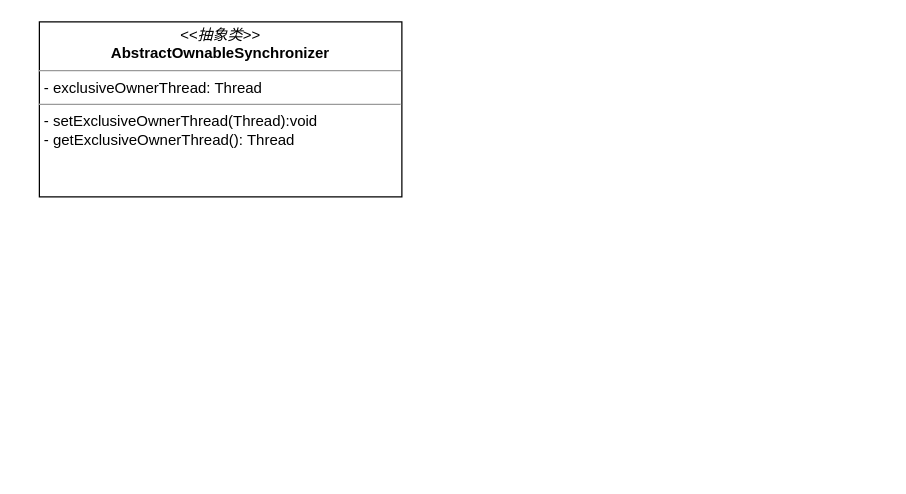
The draw.io diagram diagrams/AQS2.drawio in arxobject/spring_analysis, before the edit. Source tidied: cells renumbered, new cells numbered last; positions are measured from the earlier drawing's top-left corner, leaving out a move shared by most shapes. Both pictures are drawn from the tidied source at 125%, with x=0, y=0 at pixel (39, 21).
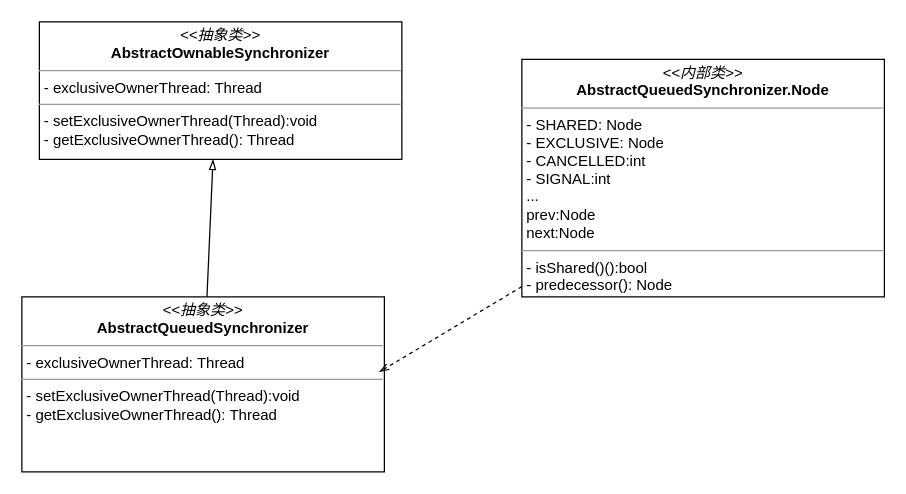
Above is the later version.

What changed in the source:
```diff
@@
 <mxGraphModel>
   <root>
     <mxCell id="0" />
     <mxCell id="1" parent="0" />
     <mxCell id="2" value="&lt;p style=&quot;margin: 0px ; margin-top: 4px ; text-align: center&quot;&gt;&lt;i&gt;&amp;lt;&amp;lt;抽象类&amp;gt;&amp;gt;&lt;/i&gt;&lt;br&gt;&lt;b&gt;AbstractOwnableSynchronizer&lt;/b&gt;&lt;br&gt;&lt;/p&gt;&lt;hr size=&quot;1&quot;&gt;&lt;p style=&quot;margin: 0px ; margin-left: 4px&quot;&gt;- exclusiveOwnerThread: Thread&lt;br&gt;&lt;/p&gt;&lt;hr size=&quot;1&quot;&gt;&lt;p style=&quot;margin: 0px ; margin-left: 4px&quot;&gt;- setExclusiveOwnerThread(Thread):void&lt;br&gt;- getExclusiveOwnerThread(): Thread&lt;/p&gt;" style="verticalAlign=top;align=left;overflow=fill;fontSize=12;fontFamily=Helvetica;html=1;" parent="1" vertex="1">
-      <mxGeometry width="290" height="140" as="geometry" />
+      <mxGeometry width="290" height="110" as="geometry" />
     </mxCell>
+    <mxCell id="3" style="rounded=0;jettySize=auto;html=1;entryX=0.479;entryY=1;entryDx=0;entryDy=0;entryPerimeter=0;endArrow=blockThin;endFill=0;" parent="1" edge="1" source="4" target="2">
+      <mxGeometry relative="1" as="geometry" />
+    </mxCell>
+    <mxCell id="4" value="&lt;p style=&quot;margin: 0px ; margin-top: 4px ; text-align: center&quot;&gt;&lt;i&gt;&amp;lt;&amp;lt;抽象类&amp;gt;&amp;gt;&lt;/i&gt;&lt;br&gt;&lt;b&gt;AbstractQueuedSynchronizer&lt;/b&gt;&lt;br&gt;&lt;/p&gt;&lt;hr size=&quot;1&quot;&gt;&lt;p style=&quot;margin: 0px ; margin-left: 4px&quot;&gt;- exclusiveOwnerThread: Thread&lt;br&gt;&lt;/p&gt;&lt;hr size=&quot;1&quot;&gt;&lt;p style=&quot;margin: 0px ; margin-left: 4px&quot;&gt;- setExclusiveOwnerThread(Thread):void&lt;br&gt;- getExclusiveOwnerThread(): Thread&lt;/p&gt;" style="verticalAlign=top;align=left;overflow=fill;fontSize=12;fontFamily=Helvetica;html=1;" parent="1" vertex="1">
+      <mxGeometry x="-14" y="220" width="290" height="140" as="geometry" />
+    </mxCell>
+    <mxCell id="5" style="rounded=0;jettySize=auto;html=1;entryX=0.986;entryY=0.429;entryDx=0;entryDy=0;entryPerimeter=0;endArrow=openThin;endFill=0;dashed=1;" parent="1" edge="1" source="6" target="4">
+      <mxGeometry relative="1" as="geometry" />
+    </mxCell>
+    <mxCell id="6" value="&lt;p style=&quot;margin: 0px ; margin-top: 4px ; text-align: center&quot;&gt;&lt;i&gt;&amp;lt;&amp;lt;内部类&amp;gt;&amp;gt;&lt;/i&gt;&lt;br&gt;&lt;b&gt;AbstractQueuedSynchronizer.Node&lt;/b&gt;&lt;br&gt;&lt;/p&gt;&lt;hr size=&quot;1&quot;&gt;&lt;p style=&quot;margin: 0px ; margin-left: 4px&quot;&gt;- SHARED: Node&lt;br&gt;&lt;/p&gt;&lt;p style=&quot;margin: 0px ; margin-left: 4px&quot;&gt;- EXCLUSIVE: Node&lt;br&gt;&lt;/p&gt;&lt;p style=&quot;margin: 0px ; margin-left: 4px&quot;&gt;-&amp;nbsp;CANCELLED:int&lt;/p&gt;&lt;p style=&quot;margin: 0px ; margin-left: 4px&quot;&gt;-&amp;nbsp;SIGNAL:int&lt;/p&gt;&lt;p style=&quot;margin: 0px ; margin-left: 4px&quot;&gt;...&lt;/p&gt;&lt;p style=&quot;margin: 0px ; margin-left: 4px&quot;&gt;prev:Node&lt;br&gt;&lt;/p&gt;&lt;p style=&quot;margin: 0px ; margin-left: 4px&quot;&gt;next:Node&lt;/p&gt;&lt;hr size=&quot;1&quot;&gt;&lt;p style=&quot;margin: 0px ; margin-left: 4px&quot;&gt;- isShared()():bool&lt;br&gt;- predecessor(): Node&lt;/p&gt;" style="verticalAlign=top;align=left;overflow=fill;fontSize=12;fontFamily=Helvetica;html=1;" parent="1" vertex="1">
+      <mxGeometry x="386" y="30" width="290" height="190" as="geometry" />
+    </mxCell>
   </root>
 </mxGraphModel>
```
